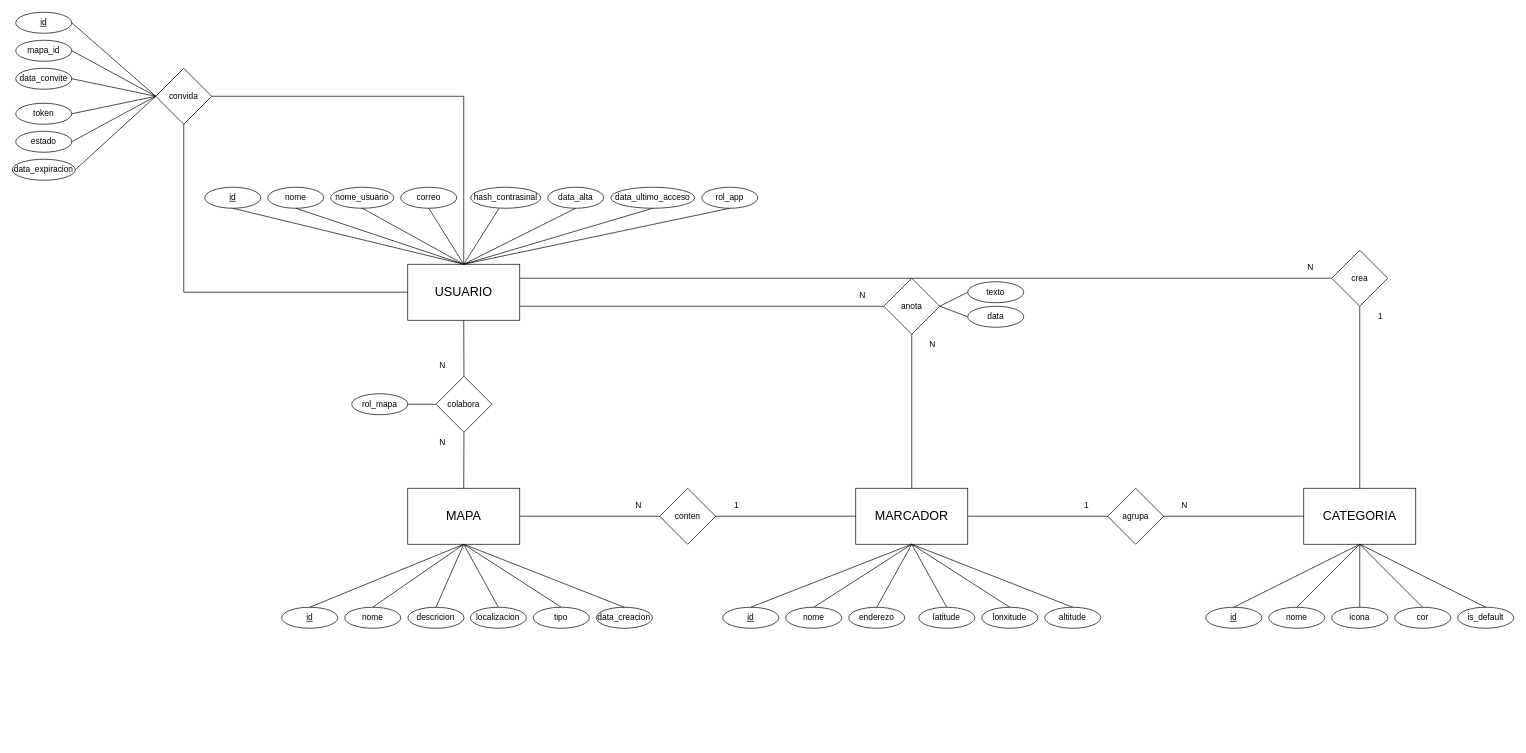
This is diagrams/erd/erd_conceptual.drawio from explora-map/docs, a draw.io file, before an edit. Source tidied: cells renumbered, new cells numbered last; positions are measured from the earlier drawing's top-left corner, leaving out a move shared by most shapes. Both pictures are drawn from the tidied source at 70%, with x=0, y=0 at pixel (12, 12).
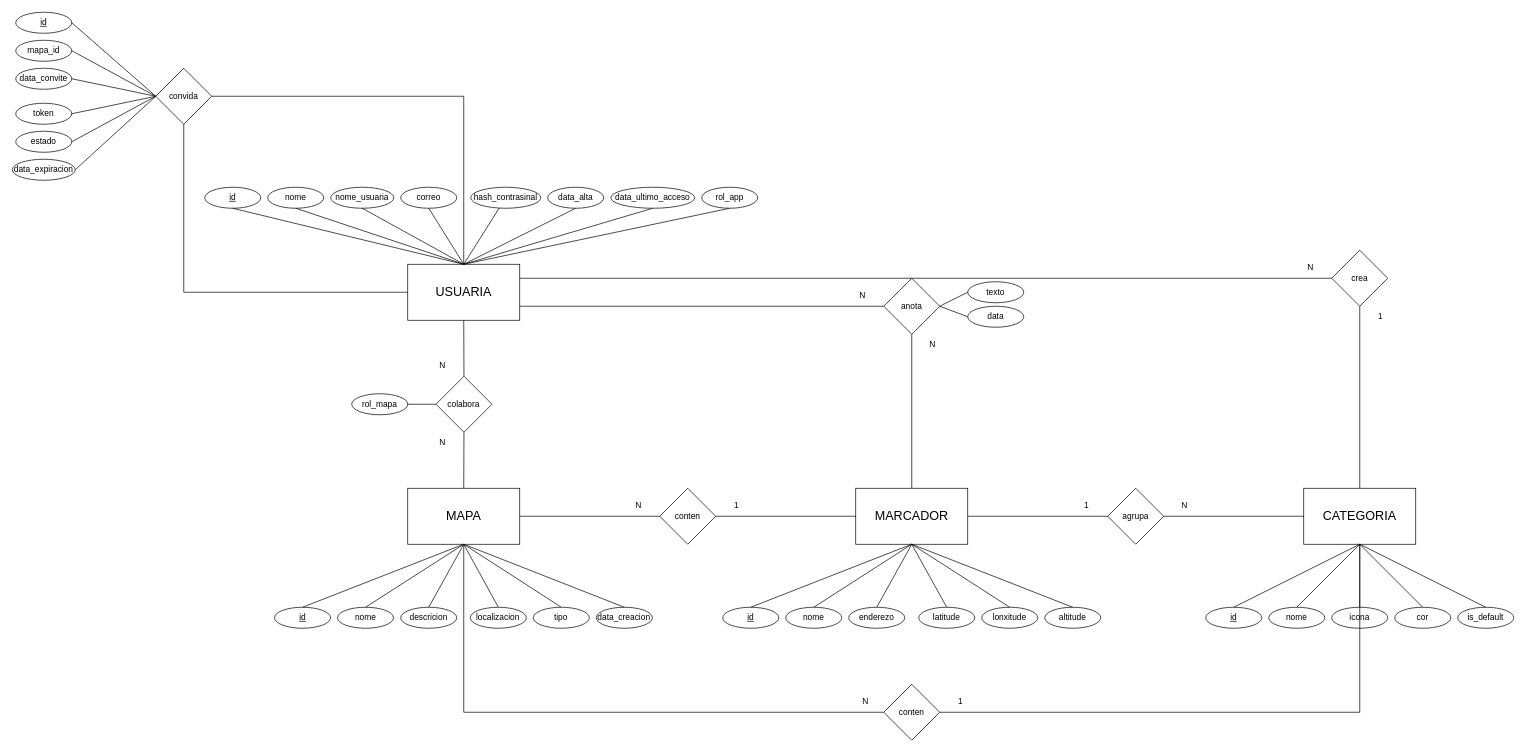
The same diagram, later.

Commit message (it also covers changes not shown here):
primeira version diagrama ER e diagrama clases

The change refers to these unchanged cells:
```xml
<mxCell id="25" value="&lt;font style=&quot;font-size: 18px;&quot;&gt;CATEGORIA&lt;/font&gt;" style="whiteSpace=wrap;html=1;align=center;" parent="1" vertex="1">
  <mxGeometry x="1845" y="680" width="160" height="80" as="geometry" />
</mxCell>
<mxCell id="54" value="&lt;font style=&quot;font-size: 18px;&quot;&gt;MAPA&lt;/font&gt;" style="whiteSpace=wrap;html=1;align=center;" parent="1" vertex="1">
  <mxGeometry x="565" y="680" width="160" height="80" as="geometry" />
</mxCell>
```

Diff of the diagram source:
```diff
@@
-    <mxCell id="2" value="&lt;font style=&quot;font-size: 18px;&quot;&gt;USUARIO&lt;/font&gt;" style="whiteSpace=wrap;html=1;align=center;" parent="1" vertex="1">
+    <mxCell id="2" value="&lt;font style=&quot;font-size: 18px;&quot;&gt;USUARIA&lt;/font&gt;" style="whiteSpace=wrap;html=1;align=center;" parent="1" vertex="1">
       <mxGeometry x="565" y="360" width="160" height="80" as="geometry" />
     </mxCell>
@@
     <mxCell id="17" value="descricion" style="ellipse;whiteSpace=wrap;html=1;align=center;" parent="1" vertex="1">
-      <mxGeometry x="565.3" y="850" width="80" height="30" as="geometry" />
+      <mxGeometry x="555" y="850" width="80" height="30" as="geometry" />
     </mxCell>
@@
-    <mxCell id="34" value="nome_usuario" style="ellipse;whiteSpace=wrap;html=1;align=center;" parent="1" vertex="1">
+    <mxCell id="34" value="nome_usuaria" style="ellipse;whiteSpace=wrap;html=1;align=center;" parent="1" vertex="1">
       <mxGeometry x="455" y="250" width="90" height="30" as="geometry" />
     </mxCell>
@@
     <mxCell id="82" value="id" style="ellipse;whiteSpace=wrap;html=1;align=center;fontStyle=4;" parent="1" vertex="1">
-      <mxGeometry x="385" y="850" width="80" height="30" as="geometry" />
+      <mxGeometry x="374.7" y="850" width="80" height="30" as="geometry" />
     </mxCell>
@@
     <mxCell id="85" value="nome" style="ellipse;whiteSpace=wrap;html=1;align=center;" parent="1" vertex="1">
-      <mxGeometry x="475" y="850" width="80" height="30" as="geometry" />
+      <mxGeometry x="464.7" y="850" width="80" height="30" as="geometry" />
     </mxCell>
@@
+    <mxCell id="102" value="conten" style="rhombus;whiteSpace=wrap;html=1;" parent="1" vertex="1">
+      <mxGeometry x="1245" y="960" width="80" height="80" as="geometry" />
+    </mxCell>
+    <mxCell id="103" style="endArrow=none;html=1;rounded=0;entryX=0.5;entryY=1;entryDx=0;entryDy=0;exitX=0;exitY=0.5;exitDx=0;exitDy=0;" parent="1" edge="1" source="102" target="54">
+      <mxGeometry relative="1" as="geometry">
+        <Array as="points">
+          <mxPoint x="645" y="1000" />
+        </Array>
+      </mxGeometry>
+    </mxCell>
+    <mxCell id="104" style="endArrow=none;html=1;rounded=0;entryX=0.5;entryY=1;entryDx=0;entryDy=0;exitX=1;exitY=0.5;exitDx=0;exitDy=0;" parent="1" edge="1" source="102" target="25">
+      <mxGeometry relative="1" as="geometry">
+        <Array as="points">
+          <mxPoint x="1925" y="1000" />
+        </Array>
+      </mxGeometry>
+    </mxCell>
+    <mxCell id="105" value="N" style="text;html=1;whiteSpace=wrap;strokeColor=none;fillColor=none;align=center;verticalAlign=middle;rounded=0;" parent="1" vertex="1">
+      <mxGeometry x="1189" y="970" width="60" height="30" as="geometry" />
+    </mxCell>
+    <mxCell id="106" value="1" style="text;html=1;whiteSpace=wrap;strokeColor=none;fillColor=none;align=center;verticalAlign=middle;rounded=0;" parent="1" vertex="1">
+      <mxGeometry x="1325" y="970" width="60" height="30" as="geometry" />
+    </mxCell>
```
